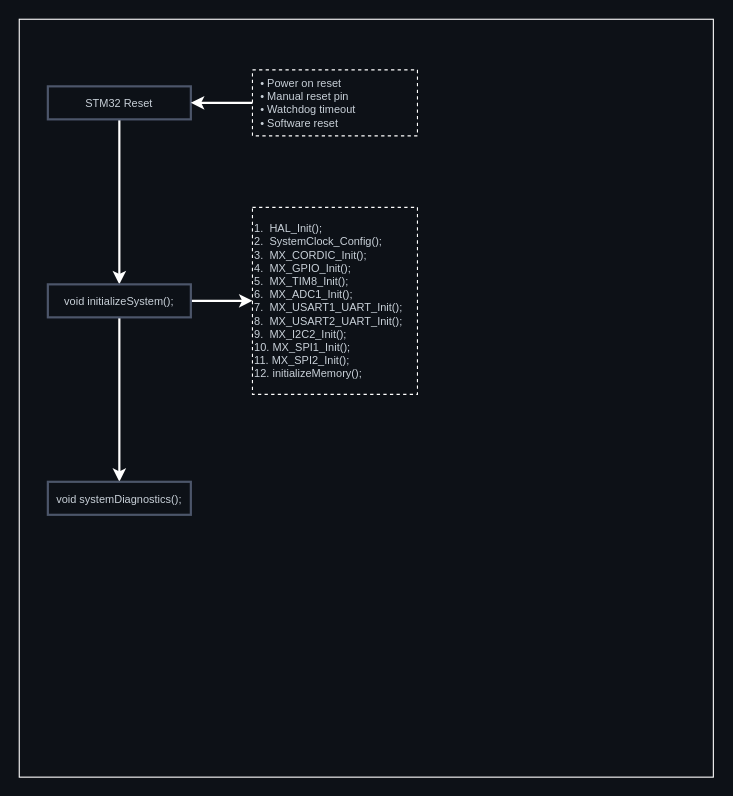
alan-kudelko/TrinityTrack6000 keeps this draw.io diagram as MainControlBoard/Media/STM32_StartupSequence.drawio. Above is the earlier version. Source tidied: cells renumbered, new cells numbered last; positions are measured from the earlier drawing's top-left corner, leaving out a move shared by most shapes. Both pictures are drawn from the tidied source at 110%, with x=0, y=0 at pixel (19, 19).
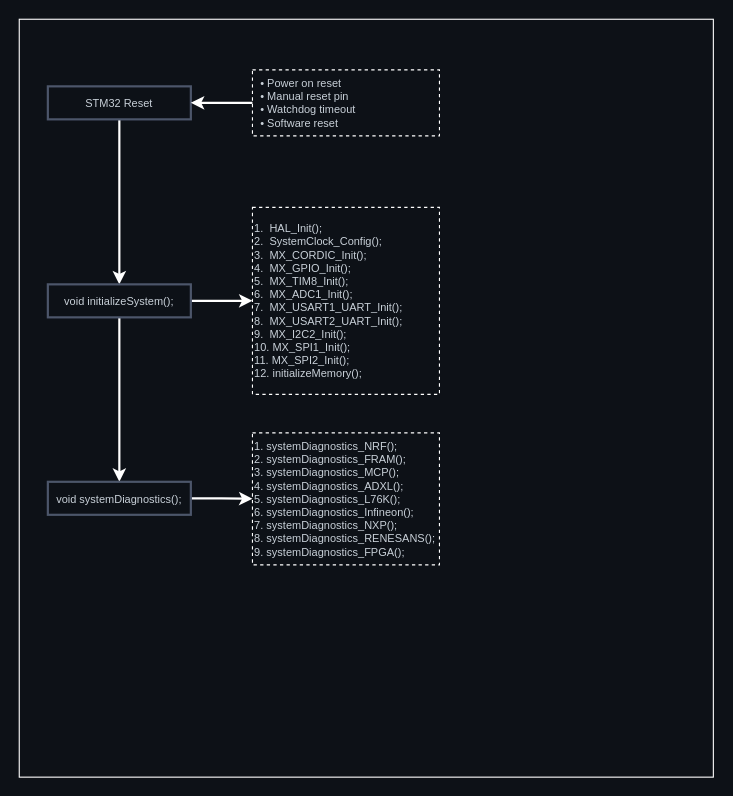
The same diagram, later.

Diff of the diagram source:
```diff
@@
 <mxGraphModel background="light-dark(#0D1117,#0D1117)">
   <root>
     <mxCell id="0" />
     <mxCell id="1" parent="0" />
     <mxCell id="2" style="rounded=0;whiteSpace=wrap;html=1;fillColor=none;strokeColor=#FFFFFF;fontColor=light-dark(#ffffff, #ededed);" parent="1" vertex="1">
       <mxGeometry width="631" height="689" as="geometry" />
     </mxCell>
     <mxCell id="3" value="&lt;div&gt;1.&amp;nbsp; HAL_Init();&lt;/div&gt;&lt;div&gt;&lt;span style=&quot;background-color: transparent; color: light-dark(rgb(201, 209, 217), rgb(52, 59, 65));&quot;&gt;2.&amp;nbsp;&amp;nbsp;&lt;/span&gt;&lt;span style=&quot;background-color: transparent;&quot;&gt;SystemClock_Config();&lt;/span&gt;&lt;/div&gt;&lt;div&gt;&lt;span style=&quot;background-color: transparent; color: light-dark(rgb(201, 209, 217), rgb(52, 59, 65));&quot;&gt;3.&amp;nbsp;&amp;nbsp;&lt;/span&gt;&lt;span style=&quot;background-color: transparent;&quot;&gt;MX_CORDIC_Init();&lt;/span&gt;&lt;/div&gt;&lt;div&gt;&lt;span style=&quot;background-color: transparent;&quot;&gt;4.&amp;nbsp; MX_GPIO_Init();&lt;/span&gt;&lt;/div&gt;&lt;div&gt;&lt;span style=&quot;background-color: transparent; color: light-dark(rgb(201, 209, 217), rgb(52, 59, 65));&quot;&gt;5.&amp;nbsp;&amp;nbsp;&lt;/span&gt;&lt;span style=&quot;background-color: transparent;&quot;&gt;MX_TIM8_Init();&lt;/span&gt;&lt;/div&gt;&lt;div&gt;6.&amp;nbsp; MX_ADC1_Init();&lt;/div&gt;&lt;div&gt;7.&amp;nbsp; MX_USART1_UART_Init();&lt;/div&gt;&lt;div&gt;8.&amp;nbsp; MX_USART2_UART_Init();&lt;/div&gt;&lt;div&gt;9.&amp;nbsp;&amp;nbsp;&lt;span style=&quot;background-color: transparent;&quot;&gt;MX_I2C2_Init();&lt;/span&gt;&lt;/div&gt;&lt;div&gt;&lt;span style=&quot;background-color: transparent; color: light-dark(rgb(201, 209, 217), rgb(52, 59, 65));&quot;&gt;10.&amp;nbsp;&lt;/span&gt;&lt;span style=&quot;background-color: transparent;&quot;&gt;MX_SPI1_Init();&lt;/span&gt;&lt;/div&gt;&lt;div&gt;&lt;span style=&quot;background-color: transparent;&quot;&gt;11.&amp;nbsp;&lt;/span&gt;&lt;span style=&quot;background-color: transparent;&quot;&gt;MX_SPI2_Init();&lt;/span&gt;&lt;/div&gt;&lt;div&gt;&lt;span style=&quot;background-color: transparent;&quot;&gt;12. initializeMemory();&lt;/span&gt;&lt;/div&gt;" style="rounded=0;whiteSpace=wrap;html=1;fontSize=10;align=left;glass=0;shadow=0;strokeWidth=1;perimeterSpacing=0;strokeColor=#FFFFFF;fillColor=none;fontColor=#C9D1D9;verticalAlign=middle;spacingLeft=0;spacingTop=0;fontFamily=Helvetica;dashed=1;" parent="1" vertex="1">
-      <mxGeometry x="212" y="171" width="150" height="170" as="geometry" />
+      <mxGeometry x="212" y="171" width="170" height="170" as="geometry" />
     </mxCell>
     <mxCell id="4" style="edgeStyle=orthogonalEdgeStyle;rounded=0;jettySize=auto;html=1;exitX=0.5;exitY=1;exitDx=0;exitDy=0;entryX=0.5;entryY=0;entryDx=0;entryDy=0;strokeWidth=2;strokeColor=#FFFFFF;" parent="1" edge="1" source="5" target="10">
       <mxGeometry relative="1" as="geometry" />
     </mxCell>
     <mxCell id="5" value="&lt;div&gt;STM32 Reset&lt;/div&gt;" style="rounded=0;whiteSpace=wrap;html=1;fontSize=10;align=center;glass=0;shadow=0;strokeWidth=2;perimeterSpacing=0;strokeColor=#4C566A;fillColor=none;fontColor=#C9D1D9;verticalAlign=middle;spacingLeft=0;spacingTop=0;fontFamily=Helvetica;" parent="1" vertex="1">
       <mxGeometry x="26" y="61" width="130" height="30" as="geometry" />
     </mxCell>
     <mxCell id="6" style="edgeStyle=orthogonalEdgeStyle;rounded=0;jettySize=auto;html=1;entryX=1;entryY=0.5;entryDx=0;entryDy=0;strokeWidth=2;strokeColor=#FFFFFF;" parent="1" edge="1" source="7" target="5">
       <mxGeometry relative="1" as="geometry" />
     </mxCell>
     <mxCell id="7" value="&lt;div&gt;&amp;nbsp; • Power on reset&lt;/div&gt;&lt;div&gt;&amp;nbsp; • Manual reset pin&lt;/div&gt;&lt;div&gt;&amp;nbsp; • Watchdog timeout&lt;/div&gt;&lt;div&gt;&amp;nbsp; • Software reset&lt;/div&gt;" style="rounded=0;whiteSpace=wrap;html=1;fontSize=10;align=left;glass=0;shadow=0;strokeWidth=1;perimeterSpacing=0;strokeColor=#FFFFFF;fillColor=none;fontColor=#C9D1D9;verticalAlign=middle;spacingLeft=0;spacingTop=0;fontFamily=Helvetica;dashed=1;" parent="1" vertex="1">
-      <mxGeometry x="212" y="46" width="150" height="60" as="geometry" />
+      <mxGeometry x="212" y="46" width="170" height="60" as="geometry" />
     </mxCell>
     <mxCell id="8" style="edgeStyle=orthogonalEdgeStyle;rounded=0;jettySize=auto;html=1;entryX=0;entryY=0.5;entryDx=0;entryDy=0;strokeColor=#FFFFFF;strokeWidth=2;" parent="1" edge="1" source="10" target="3">
       <mxGeometry relative="1" as="geometry" />
     </mxCell>
     <mxCell id="9" style="edgeStyle=orthogonalEdgeStyle;rounded=0;jettySize=auto;html=1;entryX=0.5;entryY=0;entryDx=0;entryDy=0;strokeWidth=2;strokeColor=#FFFFFF;" parent="1" edge="1" source="10" target="11">
       <mxGeometry relative="1" as="geometry" />
     </mxCell>
     <mxCell id="10" value="&lt;div&gt;void initializeSystem();&lt;/div&gt;" style="rounded=0;whiteSpace=wrap;html=1;fontSize=10;align=center;glass=0;shadow=0;strokeWidth=2;perimeterSpacing=0;strokeColor=#4C566A;fillColor=none;fontColor=#C9D1D9;verticalAlign=middle;spacingLeft=0;spacingTop=0;fontFamily=Helvetica;" parent="1" vertex="1">
       <mxGeometry x="26" y="241" width="130" height="30" as="geometry" />
     </mxCell>
+    <mxCell id="12" style="edgeStyle=orthogonalEdgeStyle;rounded=0;jettySize=auto;html=1;entryX=0;entryY=0.5;entryDx=0;entryDy=0;strokeColor=#FFFFFF;strokeWidth=2;" parent="1" edge="1" source="11" target="13">
+      <mxGeometry relative="1" as="geometry" />
+    </mxCell>
     <mxCell id="11" value="&lt;div&gt;void systemDiagnostics();&lt;/div&gt;" style="rounded=0;whiteSpace=wrap;html=1;fontSize=10;align=center;glass=0;shadow=0;strokeWidth=2;perimeterSpacing=0;strokeColor=#4C566A;fillColor=none;fontColor=#C9D1D9;verticalAlign=middle;spacingLeft=0;spacingTop=0;fontFamily=Helvetica;" parent="1" vertex="1">
       <mxGeometry x="26" y="420.5" width="130" height="30" as="geometry" />
     </mxCell>
+    <mxCell id="13" value="&lt;div&gt;1. systemDiagnostics_NRF();&lt;/div&gt;&lt;div&gt;2. systemDiagnostics_FRAM();&lt;/div&gt;&lt;div&gt;3. systemDiagnostics_MCP();&lt;/div&gt;&lt;div&gt;4. systemDiagnostics_ADXL();&lt;/div&gt;&lt;div&gt;5. systemDiagnostics_L76K();&lt;/div&gt;&lt;div&gt;6. systemDiagnostics_Infineon();&lt;/div&gt;&lt;div&gt;7. systemDiagnostics_NXP();&lt;/div&gt;&lt;div&gt;8. systemDiagnostics_RENESANS();&lt;/div&gt;&lt;div&gt;9. systemDiagnostics_FPGA();&lt;/div&gt;" style="rounded=0;whiteSpace=wrap;html=1;fontSize=10;align=left;glass=0;shadow=0;strokeWidth=1;perimeterSpacing=0;strokeColor=#FFFFFF;fillColor=none;fontColor=#C9D1D9;verticalAlign=middle;spacingLeft=0;spacingTop=0;fontFamily=Helvetica;dashed=1;" parent="1" vertex="1">
+      <mxGeometry x="212" y="376" width="170" height="120" as="geometry" />
+    </mxCell>
   </root>
 </mxGraphModel>
```
